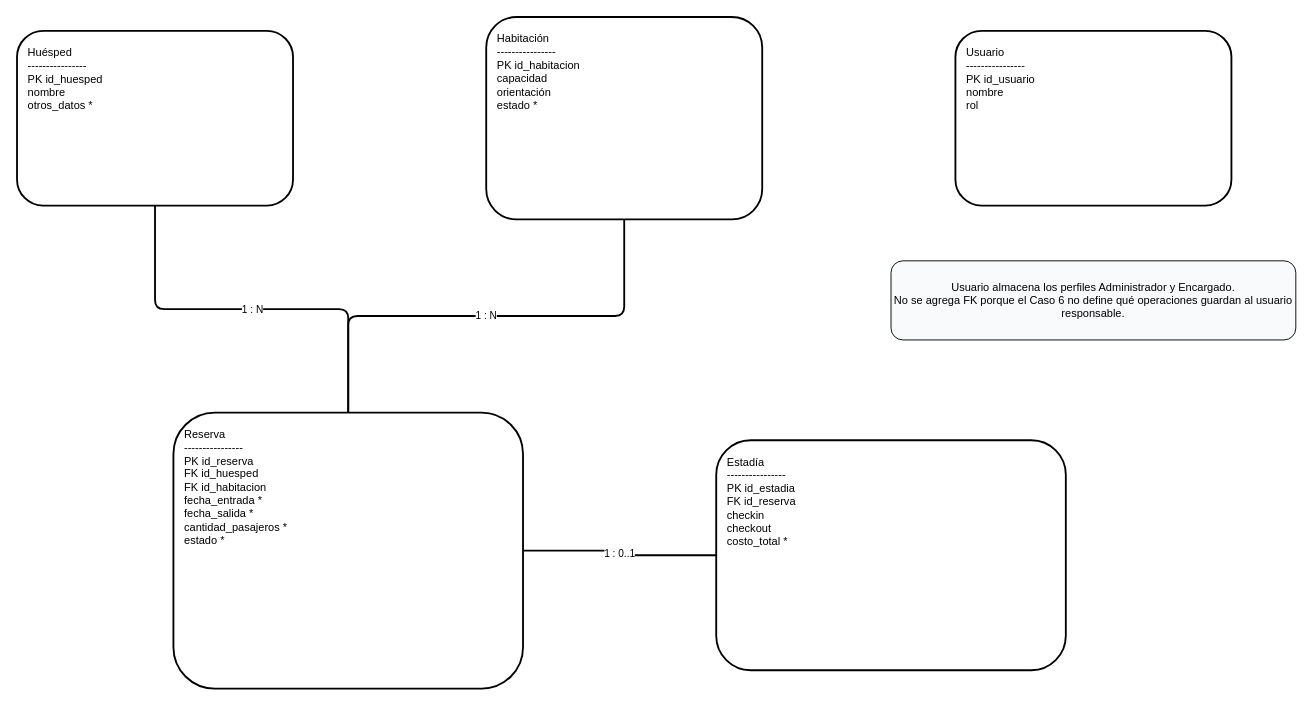
Before: diagramas-editables/03-modelo-base-datos.drawio in Yutre3/diego, a draw.io diagram. Source tidied: cells renumbered, new cells numbered last; positions are measured from the earlier drawing's top-left corner, leaving out a move shared by most shapes. Both pictures are drawn from the tidied source at 92%, with x=0, y=0 at pixel (17, 17).
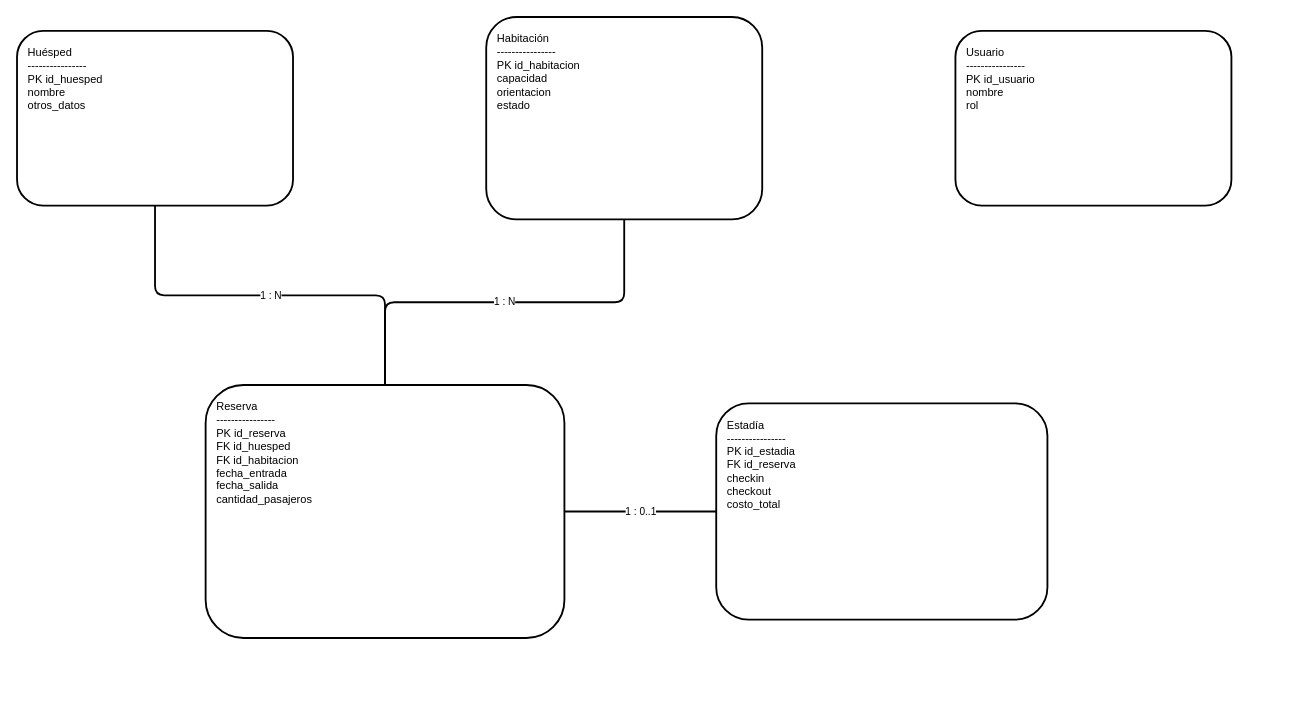
The same diagram, later.

Commit message:
Actualizar editable del modelo de datos corregido

What changed in the source:
```diff
@@
 <mxGraphModel>
   <root>
     <mxCell id="0" />
     <mxCell id="1" parent="0" />
-    <mxCell id="2" value="Huésped&#10;----------------&#10;PK id_huesped&#10;nombre&#10;otros_datos *" style="rounded=1;whiteSpace=wrap;html=1;strokeWidth=2;align=left;verticalAlign=top;spacing=12;" parent="1" vertex="1">
+    <mxCell id="2" value="Huésped&#10;----------------&#10;PK id_huesped&#10;nombre&#10;otros_datos" style="rounded=1;whiteSpace=wrap;html=1;strokeWidth=2;align=left;verticalAlign=top;spacing=12;" parent="1" vertex="1">
       <mxGeometry y="15" width="300" height="190" as="geometry" />
     </mxCell>
-    <mxCell id="3" value="Habitación&#10;----------------&#10;PK id_habitacion&#10;capacidad&#10;orientación&#10;estado *" style="rounded=1;whiteSpace=wrap;html=1;strokeWidth=2;align=left;verticalAlign=top;spacing=12;" parent="1" vertex="1">
+    <mxCell id="3" value="Habitación&#10;----------------&#10;PK id_habitacion&#10;capacidad&#10;orientacion&#10;estado" style="rounded=1;whiteSpace=wrap;html=1;strokeWidth=2;align=left;verticalAlign=top;spacing=12;" parent="1" vertex="1">
       <mxGeometry x="510" width="300" height="220" as="geometry" />
     </mxCell>
     <mxCell id="4" value="Usuario&#10;----------------&#10;PK id_usuario&#10;nombre&#10;rol" style="rounded=1;whiteSpace=wrap;html=1;strokeWidth=2;align=left;verticalAlign=top;spacing=12;" parent="1" vertex="1">
       <mxGeometry x="1020" y="15" width="300" height="190" as="geometry" />
     </mxCell>
-    <mxCell id="5" value="Reserva&#10;----------------&#10;PK id_reserva&#10;FK id_huesped&#10;FK id_habitacion&#10;fecha_entrada *&#10;fecha_salida *&#10;cantidad_pasajeros *&#10;estado *" style="rounded=1;whiteSpace=wrap;html=1;strokeWidth=2;align=left;verticalAlign=top;spacing=12;" parent="1" vertex="1">
-      <mxGeometry x="170" y="430" width="380" height="300" as="geometry" />
+    <mxCell id="5" value="Reserva&#10;----------------&#10;PK id_reserva&#10;FK id_huesped&#10;FK id_habitacion&#10;fecha_entrada&#10;fecha_salida&#10;cantidad_pasajeros" style="rounded=1;whiteSpace=wrap;html=1;strokeWidth=2;align=left;verticalAlign=top;spacing=12;" parent="1" vertex="1">
+      <mxGeometry x="205" y="400" width="390" height="275" as="geometry" />
     </mxCell>
-    <mxCell id="6" value="Estadía&#10;----------------&#10;PK id_estadia&#10;FK id_reserva&#10;checkin&#10;checkout&#10;costo_total *" style="rounded=1;whiteSpace=wrap;html=1;strokeWidth=2;align=left;verticalAlign=top;spacing=12;" parent="1" vertex="1">
-      <mxGeometry x="760" y="460" width="380" height="250" as="geometry" />
+    <mxCell id="6" value="Estadía&#10;----------------&#10;PK id_estadia&#10;FK id_reserva&#10;checkin&#10;checkout&#10;costo_total" style="rounded=1;whiteSpace=wrap;html=1;strokeWidth=2;align=left;verticalAlign=top;spacing=12;" parent="1" vertex="1">
+      <mxGeometry x="760" y="420" width="360" height="235" as="geometry" />
     </mxCell>
     <mxCell id="7" value="1 : N" style="edgeStyle=orthogonalEdgeStyle;endArrow=none;html=1;strokeWidth=2;" parent="1" edge="1" source="2" target="5">
       <mxGeometry relative="1" as="geometry" />
     </mxCell>
     <mxCell id="8" value="1 : N" style="edgeStyle=orthogonalEdgeStyle;endArrow=none;html=1;strokeWidth=2;" parent="1" edge="1" source="3" target="5">
       <mxGeometry relative="1" as="geometry" />
     </mxCell>
     <mxCell id="9" value="1 : 0..1" style="edgeStyle=orthogonalEdgeStyle;endArrow=none;html=1;strokeWidth=2;" parent="1" edge="1" source="5" target="6">
       <mxGeometry relative="1" as="geometry" />
     </mxCell>
-    <mxCell id="10" value="Usuario almacena los perfiles Administrador y Encargado.&#10;No se agrega FK porque el Caso 6 no define qué operaciones guardan al usuario responsable." style="rounded=1;whiteSpace=wrap;html=1;strokeWidth=1;fillColor=#f8fafb;" parent="1" vertex="1">
-      <mxGeometry x="950" y="265" width="440" height="86" as="geometry" />
-    </mxCell>
   </root>
 </mxGraphModel>
```
